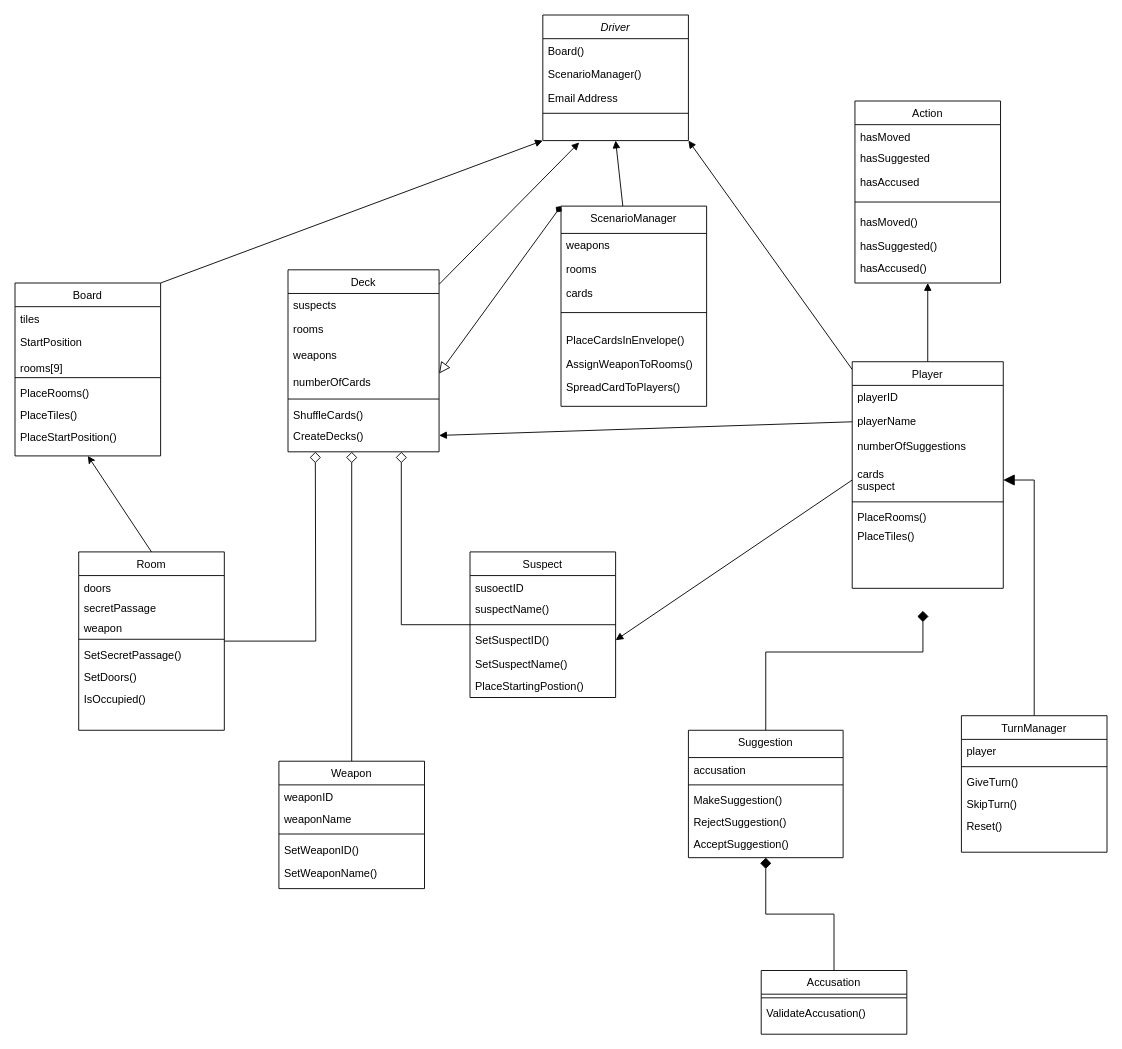
The draw.io diagram uml-diagram.drawio in Acelhaka/Clueless-game, before the edit. Source tidied: cells renumbered, new cells numbered last; positions are measured from the earlier drawing's top-left corner, leaving out a move shared by most shapes. Both pictures are drawn from the tidied source at 91%, with x=0, y=0 at pixel (15, 15).
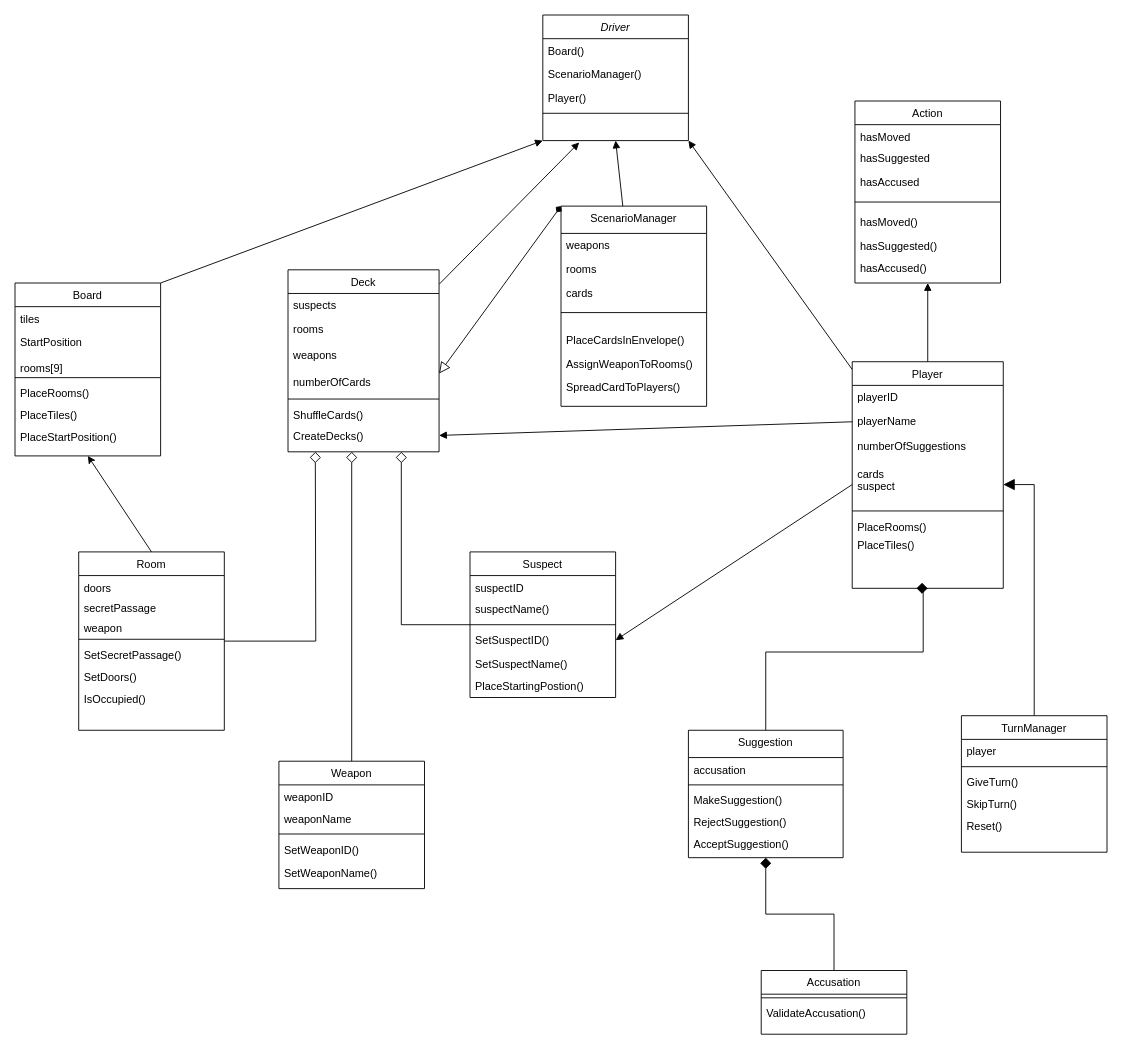
The same diagram, later.

Unchanged cells that the change refers to:
```xml
<mxCell id="2" value="Driver" style="swimlane;fontStyle=2;align=center;verticalAlign=top;horizontal=1;startSize=26;rounded=0;shadow=0;strokeWidth=1;" parent="1" vertex="1">
  <mxGeometry x="580" width="160" height="138" as="geometry" />
</mxCell>
<mxCell id="26" value="Player" style="swimlane;fontStyle=0;align=center;verticalAlign=top;horizontal=1;startSize=26;rounded=0;shadow=0;strokeWidth=1;swimlaneFillColor=none;" parent="1" vertex="1">
  <mxGeometry x="920" y="381" width="166" height="249" as="geometry" />
</mxCell>
<mxCell id="51" value="Suggestion" style="swimlane;fontStyle=0;align=center;verticalAlign=top;horizontal=1;startSize=30;rounded=0;shadow=0;strokeWidth=1;swimlaneFillColor=none;gradientColor=#ffffff;" parent="1" vertex="1">
  <mxGeometry x="740" y="786" width="170" height="140" as="geometry" />
</mxCell>
<mxCell id="74" value="Suspect" style="swimlane;fontStyle=0;align=center;verticalAlign=top;horizontal=1;startSize=26;rounded=0;shadow=0;strokeWidth=1;swimlaneFillColor=none;" parent="1" vertex="1">
  <mxGeometry x="500" y="590" width="160" height="160" as="geometry" />
</mxCell>
```

Change to the diagram source:
```diff
@@
-    <mxCell id="5" value="Email Address" style="text;align=left;verticalAlign=top;spacingLeft=4;spacingRight=4;overflow=hidden;rounded=0;shadow=0;html=0;" parent="2" vertex="1">
+    <mxCell id="5" value="Player()" style="text;align=left;verticalAlign=top;spacingLeft=4;spacingRight=4;overflow=hidden;rounded=0;shadow=0;html=0;" parent="2" vertex="1">
       <mxGeometry y="78" width="160" height="26" as="geometry" />
     </mxCell>
@@
     <mxCell id="30" value="cards&#10;suspect" style="text;align=left;verticalAlign=top;spacingLeft=4;spacingRight=4;overflow=hidden;points=[[0,0.5],[1,0.5]];portConstraint=eastwest;rounded=0;shadow=0;html=0;" parent="26" vertex="1">
-      <mxGeometry y="110" width="166" height="40" as="geometry" />
+      <mxGeometry y="110" width="166" height="50" as="geometry" />
     </mxCell>
     <mxCell id="31" style="line;html=1;strokeWidth=1;align=left;verticalAlign=middle;spacingTop=-1;spacingLeft=3;spacingRight=3;labelPosition=right;" parent="26" vertex="1">
-      <mxGeometry y="150" width="166" height="8" as="geometry" />
+      <mxGeometry y="160" width="166" height="8" as="geometry" />
     </mxCell>
     <mxCell id="32" value="PlaceRooms()&#10;" style="text;align=left;verticalAlign=top;spacingLeft=4;spacingRight=4;overflow=hidden;" parent="26" vertex="1">
-      <mxGeometry y="158" width="166" height="20" as="geometry" />
+      <mxGeometry y="168" width="166" height="20" as="geometry" />
     </mxCell>
     <mxCell id="33" value="PlaceTiles()" style="text;align=left;verticalAlign=top;spacingLeft=4;spacingRight=4;overflow=hidden;" parent="26" vertex="1">
-      <mxGeometry y="178" width="166" height="24" as="geometry" />
+      <mxGeometry y="188" width="166" height="24" as="geometry" />
     </mxCell>
@@
-    <mxCell id="50" style="edgeStyle=orthogonalEdgeStyle;rounded=0;jettySize=auto;html=1;entryX=0.468;entryY=1.278;entryDx=0;entryDy=0;entryPerimeter=0;startArrow=none;startFill=0;endArrow=diamond;endFill=1;endSize=10;" parent="1" edge="1" source="51">
+    <mxCell id="50" style="edgeStyle=orthogonalEdgeStyle;rounded=0;jettySize=auto;html=1;entryX=0.5;entryY=1;entryDx=0;entryDy=0;startArrow=none;startFill=0;endArrow=diamond;endFill=1;endSize=10;" parent="1" edge="1" source="51" target="26">
       <mxGeometry relative="1" as="geometry">
-        <mxPoint x="997.7" y="654.7" as="targetPoint" />
         <Array as="points">
           <mxPoint x="825" y="700" />
           <mxPoint x="998" y="700" />
+          <mxPoint x="998" y="630" />
         </Array>
       </mxGeometry>
     </mxCell>
@@
-    <mxCell id="75" value="susoectID" style="text;align=left;verticalAlign=top;spacingLeft=4;spacingRight=4;overflow=hidden;" parent="74" vertex="1">
+    <mxCell id="75" value="suspectID" style="text;align=left;verticalAlign=top;spacingLeft=4;spacingRight=4;overflow=hidden;" parent="74" vertex="1">
       <mxGeometry y="26" width="160" height="24" as="geometry" />
     </mxCell>
```
